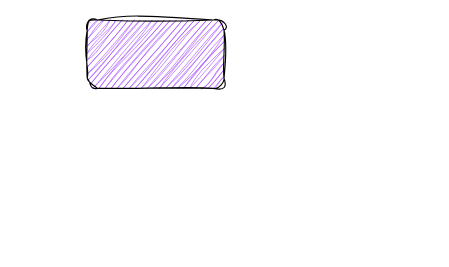
Earlier version of the draw.io diagram 未命名绘图.drawio (LearningOS/rust-rustlings-hysonglet). Source tidied: cells renumbered, new cells numbered last; positions are measured from the earlier drawing's top-left corner, leaving out a move shared by most shapes. Both pictures are drawn from the tidied source at 114%, with x=0, y=0 at pixel (87, 19).
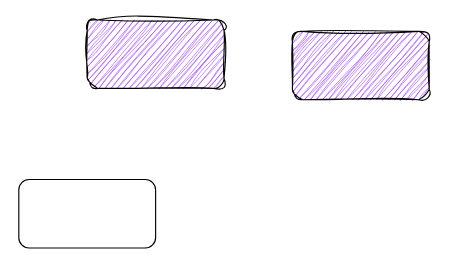
The same diagram, later.

Commit message (it also covers changes not shown here):
更新未命名绘图.drawio

Change to the diagram source:
```diff
@@
 <mxGraphModel>
   <root>
     <mxCell id="0" />
     <mxCell id="1" parent="0" />
     <mxCell id="2" style="rounded=1;whiteSpace=wrap;html=1;fillStyle=hatch;fillColor=#9933FF;sketch=1;curveFitting=1;jiggle=2;" parent="1" vertex="1">
       <mxGeometry width="120" height="60" as="geometry" />
     </mxCell>
+    <mxCell id="3" style="rounded=1;whiteSpace=wrap;html=1;" parent="1" vertex="1">
+      <mxGeometry x="-60" y="140" width="120" height="60" as="geometry" />
+    </mxCell>
+    <mxCell id="4" style="rounded=1;whiteSpace=wrap;html=1;fillStyle=hatch;fillColor=#9933FF;sketch=1;curveFitting=1;jiggle=2;" parent="1" vertex="1">
+      <mxGeometry x="180" y="10" width="120" height="60" as="geometry" />
+    </mxCell>
   </root>
 </mxGraphModel>
```
